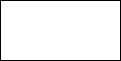
Earlier version of the draw.io export docs/diagrams/s1.sockets.drawio.png (yairdar/ydu-202-searchapp). Source tidied: cells renumbered, new cells last; positions are measured from the earlier drawing's top-left corner, leaving out a move shared by most shapes.
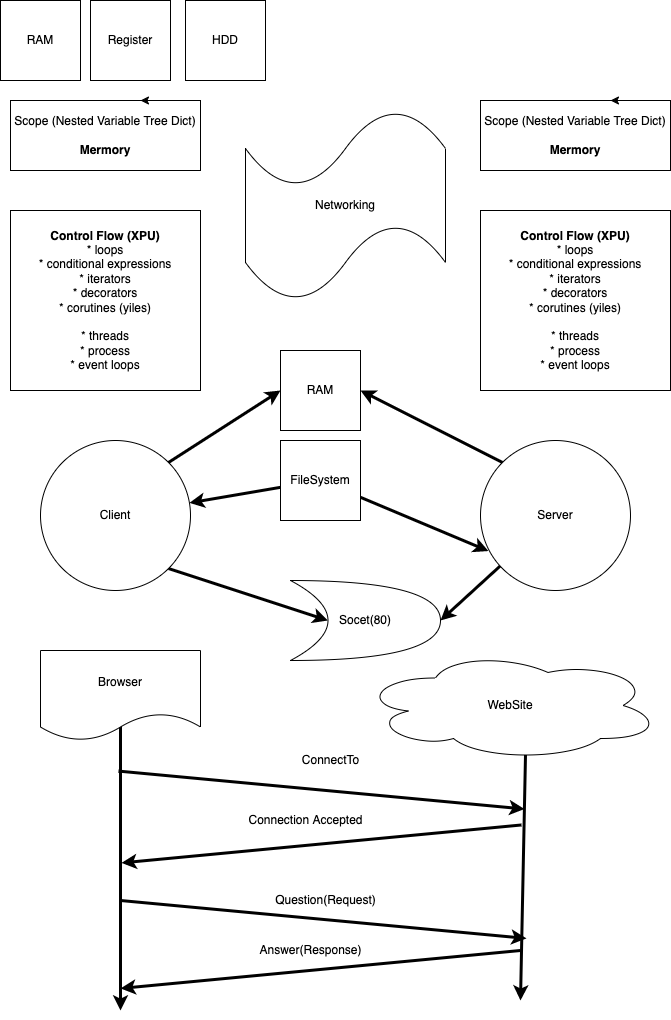
Later version of the same file.

Commit message:
season3 lesson 1. socets client server. web communications

What changed in the source:
```diff
@@ -2,8 +2,114 @@
   <root>
     <mxCell id="0" />
     <mxCell id="1" parent="0" />
-    <mxCell id="2" style="rounded=0;whiteSpace=wrap;html=1;" parent="1" vertex="1">
-      <mxGeometry width="120" height="60" as="geometry" />
+    <mxCell id="2" value="Scope (Nested Variable Tree Dict)&lt;br&gt;&lt;br&gt;&lt;b&gt;Mermory&lt;/b&gt;" style="rounded=0;whiteSpace=wrap;html=1;" parent="1" vertex="1">
+      <mxGeometry width="190" height="70" as="geometry" />
     </mxCell>
+    <mxCell id="3" value="&lt;b&gt;Control Flow (XPU)&lt;br&gt;&lt;/b&gt;* loops&lt;br&gt;* conditional expressions&lt;br&gt;* iterators&lt;br&gt;* decorators&lt;br&gt;* corutines (yiles)&lt;br&gt;&lt;br&gt;* threads&lt;br&gt;* process&lt;br&gt;* event loops" style="rounded=0;whiteSpace=wrap;html=1;" parent="1" vertex="1">
+      <mxGeometry y="110" width="190" height="180" as="geometry" />
+    </mxCell>
+    <mxCell id="4" style="edgeStyle=none;html=1;exitX=0.75;exitY=0;exitDx=0;exitDy=0;entryX=0.684;entryY=0;entryDx=0;entryDy=0;entryPerimeter=0;" parent="1" edge="1" source="2" target="2">
+      <mxGeometry relative="1" as="geometry" />
+    </mxCell>
+    <mxCell id="5" value="Networking" style="shape=tape;whiteSpace=wrap;html=1;" parent="1" vertex="1">
+      <mxGeometry x="235" y="10" width="200" height="190" as="geometry" />
+    </mxCell>
+    <mxCell id="6" value="Scope (Nested Variable Tree Dict)&lt;br&gt;&lt;br&gt;&lt;b&gt;Mermory&lt;/b&gt;" style="rounded=0;whiteSpace=wrap;html=1;" parent="1" vertex="1">
+      <mxGeometry x="470" width="190" height="70" as="geometry" />
+    </mxCell>
+    <mxCell id="7" value="&lt;b&gt;Control Flow (XPU)&lt;br&gt;&lt;/b&gt;* loops&lt;br&gt;* conditional expressions&lt;br&gt;* iterators&lt;br&gt;* decorators&lt;br&gt;* corutines (yiles)&lt;br&gt;&lt;br&gt;* threads&lt;br&gt;* process&lt;br&gt;* event loops" style="rounded=0;whiteSpace=wrap;html=1;" parent="1" vertex="1">
+      <mxGeometry x="470" y="110" width="190" height="180" as="geometry" />
+    </mxCell>
+    <mxCell id="8" style="edgeStyle=none;html=1;exitX=0.75;exitY=0;exitDx=0;exitDy=0;entryX=0.684;entryY=0;entryDx=0;entryDy=0;entryPerimeter=0;" parent="1" edge="1" source="6" target="6">
+      <mxGeometry relative="1" as="geometry" />
+    </mxCell>
+    <mxCell id="9" style="edgeStyle=none;html=1;exitX=1;exitY=0;exitDx=0;exitDy=0;entryX=0;entryY=0.5;entryDx=0;entryDy=0;strokeWidth=3;" parent="1" edge="1" source="11" target="30">
+      <mxGeometry relative="1" as="geometry" />
+    </mxCell>
+    <mxCell id="10" style="edgeStyle=none;html=1;exitX=1;exitY=1;exitDx=0;exitDy=0;entryX=0.25;entryY=0.5;entryDx=0;entryDy=0;entryPerimeter=0;strokeWidth=3;" parent="1" edge="1" source="11" target="34">
+      <mxGeometry relative="1" as="geometry" />
+    </mxCell>
+    <mxCell id="11" value="Client" style="ellipse;whiteSpace=wrap;html=1;" parent="1" vertex="1">
+      <mxGeometry x="30" y="340" width="150" height="150" as="geometry" />
+    </mxCell>
+    <mxCell id="12" style="edgeStyle=none;html=1;exitX=0;exitY=0;exitDx=0;exitDy=0;entryX=1;entryY=0.5;entryDx=0;entryDy=0;strokeWidth=3;" parent="1" edge="1" source="14" target="30">
+      <mxGeometry relative="1" as="geometry" />
+    </mxCell>
+    <mxCell id="13" style="edgeStyle=none;html=1;strokeWidth=3;entryX=1;entryY=0.5;entryDx=0;entryDy=0;entryPerimeter=0;" parent="1" edge="1" source="14" target="34">
+      <mxGeometry relative="1" as="geometry" />
+    </mxCell>
+    <mxCell id="14" value="Server" style="ellipse;whiteSpace=wrap;html=1;" parent="1" vertex="1">
+      <mxGeometry x="470" y="340" width="150" height="150" as="geometry" />
+    </mxCell>
+    <mxCell id="15" style="edgeStyle=none;html=1;exitX=0.5;exitY=0;exitDx=0;exitDy=0;strokeWidth=3;" parent="1" edge="1" source="16">
+      <mxGeometry relative="1" as="geometry">
+        <mxPoint x="110" y="910" as="targetPoint" />
+      </mxGeometry>
+    </mxCell>
+    <mxCell id="16" value="Browser" style="shape=document;whiteSpace=wrap;html=1;boundedLbl=1;" parent="1" vertex="1">
+      <mxGeometry x="30" y="550" width="160" height="90" as="geometry" />
+    </mxCell>
+    <mxCell id="17" value="WebSite" style="ellipse;shape=cloud;whiteSpace=wrap;html=1;" parent="1" vertex="1">
+      <mxGeometry x="350" y="550" width="300" height="110" as="geometry" />
+    </mxCell>
+    <mxCell id="18" style="endArrow=classic;html=1;strokeWidth=3;exitX=0.55;exitY=0.95;exitDx=0;exitDy=0;exitPerimeter=0;" parent="1" edge="1" source="17">
+      <mxGeometry relative="1" as="geometry">
+        <mxPoint x="510" y="900" as="targetPoint" />
+      </mxGeometry>
+    </mxCell>
+    <mxCell id="19" style="endArrow=classic;html=1;strokeWidth=3;exitX=-2;exitY=0.335;exitDx=0;exitDy=0;exitPerimeter=0;entryX=0.8;entryY=0.22;entryDx=0;entryDy=0;entryPerimeter=0;" parent="1" edge="1" source="15" target="18">
+      <mxGeometry relative="1" as="geometry" />
+    </mxCell>
+    <mxCell id="20" value="ConnectTo" style="text;html=1;align=center;verticalAlign=middle;strokeColor=none;fillColor=none;" parent="1" vertex="1">
+      <mxGeometry x="285" y="650" width="70" height="20" as="geometry" />
+    </mxCell>
+    <mxCell id="21" style="endArrow=classic;html=1;strokeWidth=3;exitX=0.2;exitY=0.285;exitDx=0;exitDy=0;exitPerimeter=0;entryX=1;entryY=0.59;entryDx=0;entryDy=0;entryPerimeter=0;" parent="1" edge="1" source="18" target="15">
+      <mxGeometry relative="1" as="geometry" />
+    </mxCell>
+    <mxCell id="22" value="Connection Accepted" style="text;html=1;align=center;verticalAlign=middle;strokeColor=none;fillColor=none;" parent="1" vertex="1">
+      <mxGeometry x="230" y="710" width="130" height="20" as="geometry" />
+    </mxCell>
+    <mxCell id="23" style="endArrow=classic;html=1;strokeWidth=3;exitX=-2;exitY=0.335;exitDx=0;exitDy=0;exitPerimeter=0;entryX=0.8;entryY=0.22;entryDx=0;entryDy=0;entryPerimeter=0;" parent="1" edge="1">
+      <mxGeometry relative="1" as="geometry">
+        <mxPoint x="110" y="800" as="sourcePoint" />
+        <mxPoint x="516" y="837.9" as="targetPoint" />
+      </mxGeometry>
+    </mxCell>
+    <mxCell id="24" style="endArrow=classic;html=1;strokeWidth=3;exitX=0.2;exitY=0.285;exitDx=0;exitDy=0;exitPerimeter=0;entryX=1;entryY=0.59;entryDx=0;entryDy=0;entryPerimeter=0;" parent="1" edge="1">
+      <mxGeometry relative="1" as="geometry">
+        <mxPoint x="510" y="850" as="sourcePoint" />
+        <mxPoint x="110" y="887.9" as="targetPoint" />
+      </mxGeometry>
+    </mxCell>
+    <mxCell id="25" value="Question(Request)" style="text;html=1;align=center;verticalAlign=middle;strokeColor=none;fillColor=none;" parent="1" vertex="1">
+      <mxGeometry x="255" y="790" width="120" height="20" as="geometry" />
+    </mxCell>
+    <mxCell id="26" value="Answer(Response)" style="text;html=1;align=center;verticalAlign=middle;strokeColor=none;fillColor=none;" parent="1" vertex="1">
+      <mxGeometry x="240" y="840" width="120" height="20" as="geometry" />
+    </mxCell>
+    <mxCell id="27" value="RAM" style="whiteSpace=wrap;html=1;" parent="1" vertex="1">
+      <mxGeometry x="-10" y="-100" width="80" height="80" as="geometry" />
+    </mxCell>
+    <mxCell id="28" value="Register" style="whiteSpace=wrap;html=1;" parent="1" vertex="1">
+      <mxGeometry x="80" y="-100" width="80" height="80" as="geometry" />
+    </mxCell>
+    <mxCell id="29" value="HDD" style="whiteSpace=wrap;html=1;" parent="1" vertex="1">
+      <mxGeometry x="175" y="-100" width="80" height="80" as="geometry" />
+    </mxCell>
+    <mxCell id="30" value="RAM" style="whiteSpace=wrap;html=1;" parent="1" vertex="1">
+      <mxGeometry x="270" y="250" width="80" height="80" as="geometry" />
+    </mxCell>
+    <mxCell id="31" style="edgeStyle=none;html=1;strokeWidth=3;" parent="1" edge="1" source="33" target="11">
+      <mxGeometry relative="1" as="geometry" />
+    </mxCell>
+    <mxCell id="32" style="edgeStyle=none;html=1;entryX=0.053;entryY=0.737;entryDx=0;entryDy=0;entryPerimeter=0;strokeWidth=3;" parent="1" edge="1" source="33" target="14">
+      <mxGeometry relative="1" as="geometry" />
+    </mxCell>
+    <mxCell id="33" value="FileSystem" style="whiteSpace=wrap;html=1;" parent="1" vertex="1">
+      <mxGeometry x="270" y="340" width="80" height="80" as="geometry" />
+    </mxCell>
+    <mxCell id="34" value="Socet(80)" style="shape=xor;whiteSpace=wrap;html=1;" parent="1" vertex="1">
+      <mxGeometry x="280" y="480" width="150" height="80" as="geometry" />
+    </mxCell>
   </root>
 </mxGraphModel>
```
